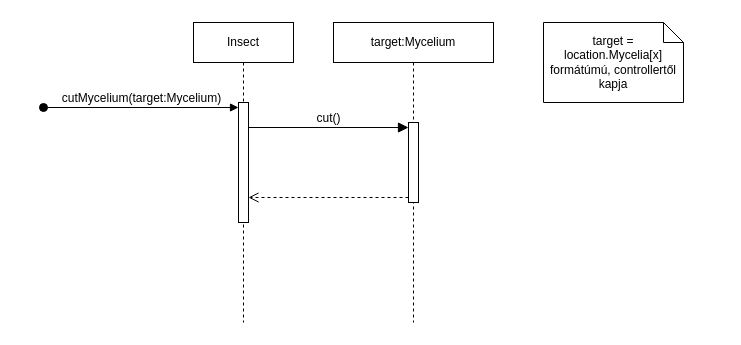
Above: page "InsectCut" (2 of 5) of SekvenciaDiagrammok.drawio in koharzsombor/bandITs (draw.io), before the change. Source tidied: cells renumbered, new cells numbered last; positions are measured from the earlier drawing's top-left corner, leaving out a move shared by most shapes. Both pictures are drawn from the tidied source at 100%, with x=0, y=0 at pixel (43, 22).
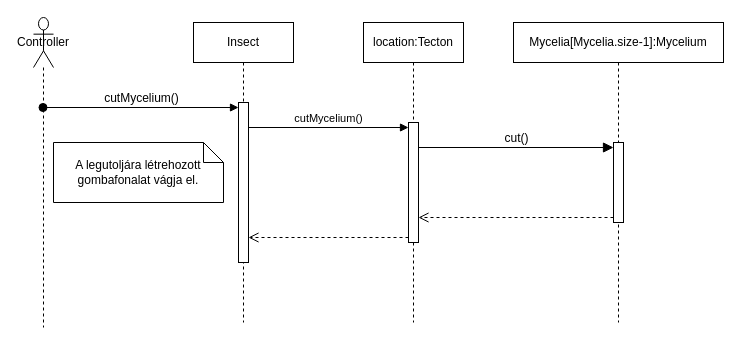
The same page after the edit.

The edit, as a diff of the source:
```diff
@@
 <mxGraphModel>
   <root>
     <mxCell id="0" />
     <mxCell id="1" parent="0" />
     <mxCell id="2" value="Insect" style="shape=umlLifeline;perimeter=lifelinePerimeter;whiteSpace=wrap;html=1;newEdgeStyle={&quot;curved&quot;:0,&quot;rounded&quot;:0};" parent="1" vertex="1">
       <mxGeometry x="150" width="100" height="300" as="geometry" />
     </mxCell>
     <mxCell id="3" style="html=1;points=[[0,0,0,0,5],[0,1,0,0,-5],[1,0,0,0,5],[1,1,0,0,-5]];perimeter=orthogonalPerimeter;outlineConnect=0;targetShapes=umlLifeline;portConstraint=eastwest;newEdgeStyle={&quot;curved&quot;:0,&quot;rounded&quot;:0};" parent="2" vertex="1">
-      <mxGeometry x="45" y="80" width="10" height="120" as="geometry" />
+      <mxGeometry x="45" y="80" width="10" height="160" as="geometry" />
     </mxCell>
-    <mxCell id="4" value="cutMycelium(target:Mycelium)" style="html=1;verticalAlign=bottom;startArrow=oval;endArrow=block;startSize=8;curved=0;rounded=0;entryX=0;entryY=0;entryDx=0;entryDy=5;fontSize=12;" parent="2" edge="1" target="3">
-      <mxGeometry relative="1" as="geometry">
-        <mxPoint x="-150" y="85" as="sourcePoint" />
-      </mxGeometry>
-    </mxCell>
-    <mxCell id="5" value="target:Mycelium" style="shape=umlLifeline;perimeter=lifelinePerimeter;whiteSpace=wrap;html=1;newEdgeStyle={&quot;curved&quot;:0,&quot;rounded&quot;:0};" parent="1" vertex="1">
-      <mxGeometry x="290" width="160" height="300" as="geometry" />
+    <mxCell id="5" value="Mycelia[Mycelia.size-1]:Mycelium" style="shape=umlLifeline;perimeter=lifelinePerimeter;whiteSpace=wrap;html=1;newEdgeStyle={&quot;curved&quot;:0,&quot;rounded&quot;:0};" parent="1" vertex="1">
+      <mxGeometry x="470" width="210" height="300" as="geometry" />
     </mxCell>
     <mxCell id="6" style="html=1;points=[[0,0,0,0,5],[0,1,0,0,-5],[1,0,0,0,5],[1,1,0,0,-5]];perimeter=orthogonalPerimeter;outlineConnect=0;targetShapes=umlLifeline;portConstraint=eastwest;newEdgeStyle={&quot;curved&quot;:0,&quot;rounded&quot;:0};" parent="5" vertex="1">
-      <mxGeometry x="75" y="100" width="10" height="80" as="geometry" />
+      <mxGeometry x="100" y="120" width="10" height="80" as="geometry" />
     </mxCell>
-    <mxCell id="7" value="cut()" style="html=1;verticalAlign=bottom;endArrow=block;curved=0;rounded=0;entryX=0;entryY=0;entryDx=0;entryDy=5;fontSize=12;startSize=8;endSize=8;" parent="1" edge="1" source="3" target="6">
+    <mxCell id="7" value="cut()" style="html=1;verticalAlign=bottom;endArrow=block;curved=0;rounded=0;entryX=0;entryY=0;entryDx=0;entryDy=5;fontSize=12;startSize=8;endSize=8;" parent="1" edge="1" source="11" target="6">
       <mxGeometry relative="1" as="geometry" />
     </mxCell>
-    <mxCell id="8" style="html=1;verticalAlign=bottom;endArrow=open;dashed=1;endSize=8;curved=0;rounded=0;exitX=0;exitY=1;exitDx=0;exitDy=-5;fontSize=12;" parent="1" edge="1" source="6" target="3">
+    <mxCell id="8" style="html=1;verticalAlign=bottom;endArrow=open;dashed=1;endSize=8;curved=0;rounded=0;exitX=0;exitY=1;exitDx=0;exitDy=-5;fontSize=12;" parent="1" edge="1" source="6" target="11">
       <mxGeometry relative="1" as="geometry" />
     </mxCell>
-    <mxCell id="9" value="target = location.Mycelia[x] formátúmú, controllertől kapja" style="shape=note;size=20;whiteSpace=wrap;html=1;" parent="1" vertex="1">
-      <mxGeometry x="500" width="140" height="80" as="geometry" />
-    </mxCell>
+    <mxCell id="10" value="location:Tecton" style="shape=umlLifeline;perimeter=lifelinePerimeter;whiteSpace=wrap;html=1;newEdgeStyle={&quot;curved&quot;:0,&quot;rounded&quot;:0};" parent="1" vertex="1">
+      <mxGeometry x="320" width="100" height="300" as="geometry" />
+    </mxCell>
+    <mxCell id="11" style="html=1;points=[[0,0,0,0,5],[0,1,0,0,-5],[1,0,0,0,5],[1,1,0,0,-5]];perimeter=orthogonalPerimeter;outlineConnect=0;targetShapes=umlLifeline;portConstraint=eastwest;newEdgeStyle={&quot;curved&quot;:0,&quot;rounded&quot;:0};" parent="10" vertex="1">
+      <mxGeometry x="45" y="100" width="10" height="120" as="geometry" />
+    </mxCell>
+    <mxCell id="12" style="html=1;verticalAlign=bottom;endArrow=open;dashed=1;endSize=8;curved=0;rounded=0;exitX=0;exitY=1;exitDx=0;exitDy=-5;" parent="1" edge="1" source="11" target="3">
+      <mxGeometry relative="1" as="geometry" />
+    </mxCell>
+    <mxCell id="13" value="cutMycelium()" style="html=1;verticalAlign=bottom;endArrow=block;curved=0;rounded=0;entryX=0;entryY=0;entryDx=0;entryDy=5;" parent="1" edge="1" source="3" target="11">
+      <mxGeometry relative="1" as="geometry" />
+    </mxCell>
+    <mxCell id="14" value="A legutoljára létrehozott gombafonalat&lt;span style=&quot;background-color: transparent; color: light-dark(rgb(0, 0, 0), rgb(255, 255, 255));&quot;&gt;&amp;nbsp;vágja el.&lt;/span&gt;" style="shape=note;size=20;whiteSpace=wrap;html=1;" parent="1" vertex="1">
+      <mxGeometry x="10" y="120" width="170" height="60" as="geometry" />
+    </mxCell>
+    <mxCell id="15" value="Controller" style="shape=umlLifeline;perimeter=lifelinePerimeter;whiteSpace=wrap;html=1;outlineConnect=0;portConstraint=eastwest;newEdgeStyle={&quot;curved&quot;:0,&quot;rounded&quot;:0};participant=umlActor;size=50;" parent="1" vertex="1">
+      <mxGeometry x="-10" y="-5" width="20" height="310" as="geometry" />
+    </mxCell>
+    <mxCell id="4" value="cutMycelium()" style="html=1;verticalAlign=bottom;startArrow=oval;endArrow=block;startSize=8;curved=0;rounded=0;entryX=0;entryY=0;entryDx=0;entryDy=5;fontSize=12;" parent="1" edge="1" source="15" target="3">
+      <mxGeometry relative="1" as="geometry" />
+    </mxCell>
   </root>
 </mxGraphModel>
```
